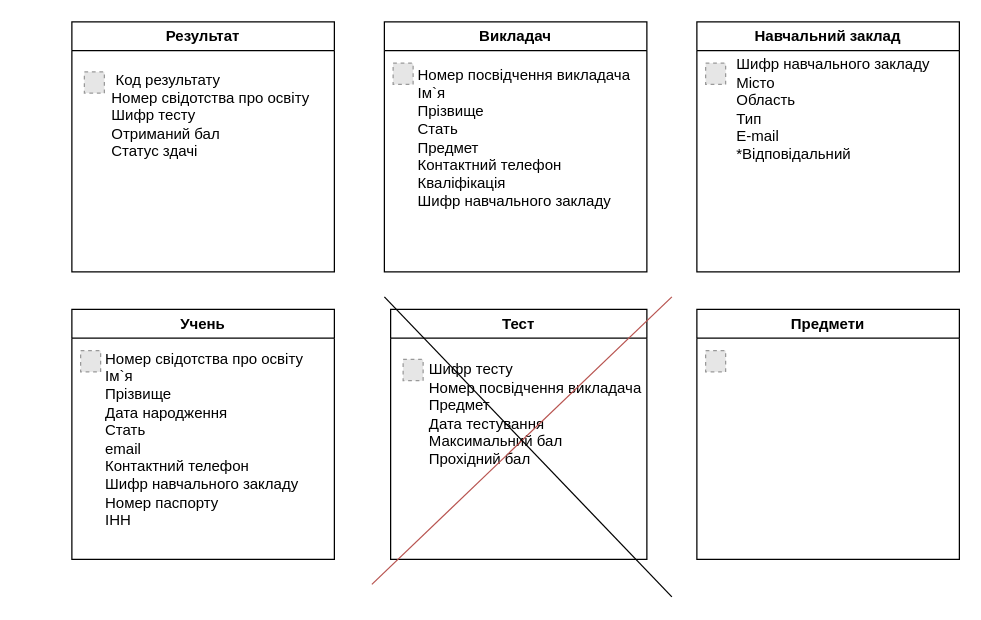
The draw.io diagram page "Інформаційні об`єкти" (1 of 2) of Database cheme.drawio in hucketa/CP, before the edit. Source tidied: cells renumbered, new cells numbered last; positions are measured from the earlier drawing's top-left corner, leaving out a move shared by most shapes. Both pictures are drawn from the tidied source at 125%, with x=0, y=0 at pixel (71, 21). Pictures stored in the file or linked from it are replaced by grey dashed boxes.
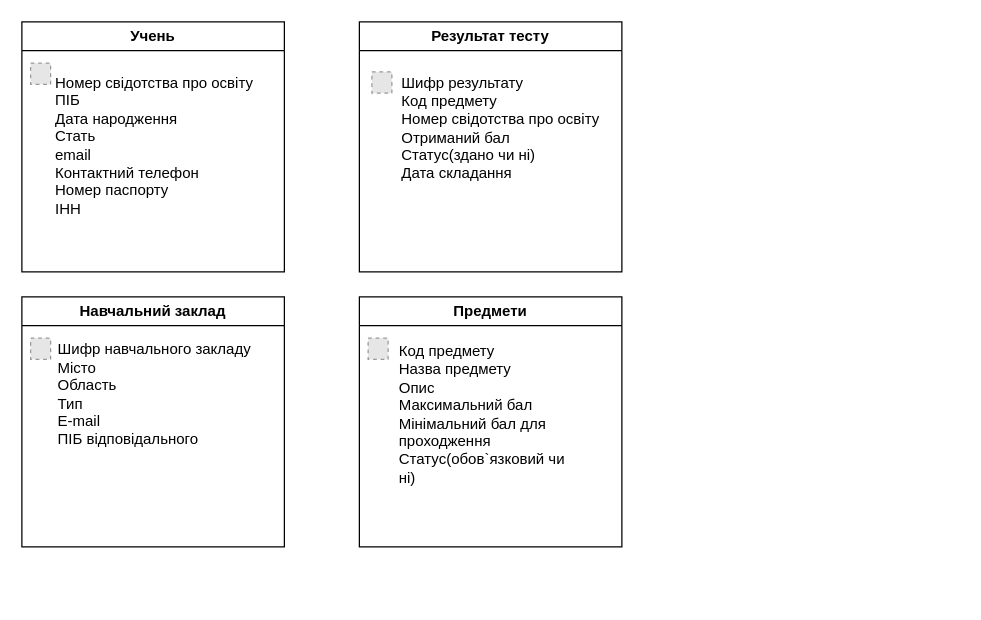
The same diagram, later.

The edit, as a diff of the source:
```diff
@@
     <mxCell id="2" value="Учень" style="swimlane;whiteSpace=wrap;html=1;" parent="1" vertex="1">
-      <mxGeometry y="230" width="210" height="200" as="geometry" />
+      <mxGeometry x="-40" width="210" height="200" as="geometry" />
     </mxCell>
-    <mxCell id="3" value="Номер свідотства про освіту&lt;div&gt;Ім`я&lt;/div&gt;&lt;div&gt;Прізвище&lt;/div&gt;&lt;div&gt;Дата народження&lt;/div&gt;&lt;div&gt;Стать&lt;/div&gt;&lt;div&gt;email&lt;/div&gt;&lt;div&gt;Контактний телефон&lt;/div&gt;&lt;div&gt;Шифр навчального закладу&lt;br&gt;&lt;/div&gt;&lt;div&gt;Номер паспорту&lt;/div&gt;&lt;div&gt;ІНН&lt;/div&gt;" style="text;html=1;align=left;verticalAlign=middle;strokeColor=none;fillColor=none;" parent="2" vertex="1">
-      <mxGeometry x="25" y="24" width="180" height="160" as="geometry" />
+    <mxCell id="3" value="Номер свідотства про освіту&lt;div&gt;ПІБ&lt;/div&gt;&lt;div&gt;Дата народження&lt;/div&gt;&lt;div&gt;Стать&lt;/div&gt;&lt;div&gt;email&lt;/div&gt;&lt;div&gt;Контактний телефон&lt;/div&gt;&lt;div&gt;&lt;span style=&quot;background-color: initial;&quot;&gt;Номер паспорту&lt;/span&gt;&lt;br&gt;&lt;/div&gt;&lt;div&gt;ІНН&lt;/div&gt;" style="text;html=1;align=left;verticalAlign=middle;strokeColor=none;fillColor=none;" parent="2" vertex="1">
+      <mxGeometry x="25" y="34" width="180" height="130" as="geometry" />
     </mxCell>
@@
-    <mxCell id="5" value="Тест" style="swimlane;whiteSpace=wrap;html=1;" parent="1" vertex="1">
-      <mxGeometry x="255" y="230" width="205" height="200" as="geometry" />
-    </mxCell>
-    <mxCell id="6" style="fillColor=#E6E6E6;strokeColor=#999999;dashed=1;verticalLabelPosition=bottom;labelBackgroundColor=default;verticalAlign=top;" parent="5" vertex="1">
-      <mxGeometry x="10" y="40" width="16" height="17" as="geometry" />
-    </mxCell>
-    <mxCell id="7" value="Шифр тесту&lt;div&gt;&lt;span style=&quot;text-wrap: nowrap;&quot;&gt;Номер посвідчення викладача&lt;/span&gt;&lt;/div&gt;&lt;div&gt;&lt;div&gt;Предмет&lt;/div&gt;&lt;div&gt;Дата тестування&lt;/div&gt;&lt;div&gt;Максимальний бал&lt;/div&gt;&lt;div&gt;Прохідний бал&lt;/div&gt;&lt;/div&gt;" style="text;html=1;align=left;verticalAlign=middle;whiteSpace=wrap;rounded=0;" parent="5" vertex="1">
-      <mxGeometry x="29" y="19" width="140" height="130" as="geometry" />
-    </mxCell>
-    <mxCell id="8" value="Результат" style="swimlane;whiteSpace=wrap;html=1;startSize=23;" parent="1" vertex="1">
-      <mxGeometry width="210" height="200" as="geometry" />
+    <mxCell id="8" value="Результат тесту" style="swimlane;whiteSpace=wrap;html=1;startSize=23;" parent="1" vertex="1">
+      <mxGeometry x="230" width="210" height="200" as="geometry" />
     </mxCell>
@@
-    <mxCell id="10" value="&amp;nbsp;Код результату&lt;div&gt;&lt;span style=&quot;text-wrap: nowrap;&quot;&gt;Номер свідотства про освіту&lt;/span&gt;&lt;br&gt;&lt;div&gt;Шифр тесту&lt;br&gt;&lt;/div&gt;&lt;div&gt;Отриманий бал&lt;/div&gt;&lt;div&gt;Статус здачі&lt;/div&gt;&lt;/div&gt;" style="text;html=1;align=left;verticalAlign=middle;whiteSpace=wrap;rounded=0;" parent="8" vertex="1">
-      <mxGeometry x="30" y="10" width="140" height="130" as="geometry" />
-    </mxCell>
-    <mxCell id="11" value="Викладач" style="swimlane;whiteSpace=wrap;html=1;startSize=23;" parent="1" vertex="1">
-      <mxGeometry x="250" width="210" height="200" as="geometry" />
-    </mxCell>
-    <mxCell id="12" value="Номер посвідчення викладача&lt;div&gt;Ім`я&lt;/div&gt;&lt;div&gt;Прізвище&lt;/div&gt;&lt;div&gt;Стать&lt;/div&gt;&lt;div&gt;Предмет&lt;/div&gt;&lt;div&gt;Контактний телефон&lt;/div&gt;&lt;div&gt;Кваліфікація&lt;/div&gt;&lt;div&gt;Шифр навчального закладу&lt;br&gt;&lt;/div&gt;" style="text;html=1;align=left;verticalAlign=middle;strokeColor=none;fillColor=none;" parent="11" vertex="1">
-      <mxGeometry x="25" y="28" width="190" height="130" as="geometry" />
-    </mxCell>
-    <mxCell id="13" style="fillColor=#E6E6E6;strokeColor=#999999;dashed=1;verticalLabelPosition=bottom;labelBackgroundColor=default;verticalAlign=top;" parent="11" vertex="1">
-      <mxGeometry x="7" y="33" width="16" height="17" as="geometry" />
-    </mxCell>
+    <mxCell id="21" value="&lt;div&gt;Шифр результату&lt;/div&gt;&lt;div&gt;Код предмету&lt;/div&gt;&lt;span style=&quot;text-wrap: nowrap;&quot;&gt;Номер свідотства про освіту&lt;/span&gt;&lt;div&gt;&lt;span style=&quot;background-color: initial;&quot;&gt;Отриманий бал&amp;nbsp;&lt;/span&gt;&lt;/div&gt;&lt;div&gt;Статус(здано чи ні)&lt;/div&gt;&lt;div&gt;Дата складання&lt;/div&gt;" style="text;html=1;align=left;verticalAlign=middle;whiteSpace=wrap;rounded=0;" parent="8" vertex="1">
+      <mxGeometry x="32" y="20" width="140" height="130" as="geometry" />
+    </mxCell>
     <mxCell id="14" value="Навчальний заклад" style="swimlane;whiteSpace=wrap;html=1;" parent="1" vertex="1">
-      <mxGeometry x="500" width="210" height="200" as="geometry" />
+      <mxGeometry x="-40" y="220" width="210" height="200" as="geometry" />
     </mxCell>
-    <mxCell id="15" value="&lt;div&gt;Шифр навчального закладу&lt;/div&gt;&lt;div&gt;Місто&lt;/div&gt;&lt;div&gt;Область&lt;/div&gt;&lt;div&gt;Тип&lt;/div&gt;&lt;div&gt;E-mail&lt;/div&gt;&lt;div&gt;*Відповідальний&lt;/div&gt;" style="text;html=1;align=left;verticalAlign=middle;strokeColor=none;fillColor=none;" parent="14" vertex="1">
-      <mxGeometry x="30" y="20" width="180" height="100" as="geometry" />
+    <mxCell id="15" value="&lt;div&gt;Шифр навчального закладу&lt;/div&gt;&lt;div&gt;Місто&lt;/div&gt;&lt;div&gt;Область&lt;/div&gt;&lt;div&gt;Тип&lt;/div&gt;&lt;div&gt;E-mail&lt;/div&gt;&lt;div&gt;ПІБ відповідального&lt;/div&gt;" style="text;html=1;align=left;verticalAlign=middle;strokeColor=none;fillColor=none;" parent="14" vertex="1">
+      <mxGeometry x="27" y="28" width="180" height="100" as="geometry" />
     </mxCell>
@@
-    <mxCell id="17" style="endArrow=none;html=1;rounded=0;fillColor=#f8cecc;strokeColor=#b85450;" parent="1" edge="1">
-      <mxGeometry relative="1" as="geometry">
-        <mxPoint x="240" y="450" as="sourcePoint" />
-        <mxPoint x="480" y="220" as="targetPoint" />
-      </mxGeometry>
-    </mxCell>
     <mxCell id="18" value="Предмети" style="swimlane;whiteSpace=wrap;html=1;" parent="1" vertex="1">
-      <mxGeometry x="500" y="230" width="210" height="200" as="geometry" />
+      <mxGeometry x="230" y="220" width="210" height="200" as="geometry" />
     </mxCell>
@@
-    <mxCell id="20" style="endArrow=none;html=1;rounded=0;" parent="1" edge="1">
-      <mxGeometry relative="1" as="geometry">
-        <mxPoint x="250" y="220" as="sourcePoint" />
-        <mxPoint x="480" y="460" as="targetPoint" />
-      </mxGeometry>
-    </mxCell>
+    <mxCell id="22" value="&lt;div&gt;Код предмету&lt;/div&gt;&lt;div&gt;&lt;span style=&quot;text-wrap: nowrap;&quot;&gt;Назва предмету&lt;/span&gt;&lt;/div&gt;&lt;div&gt;&lt;div&gt;&lt;span style=&quot;text-wrap: nowrap;&quot;&gt;Опис&lt;/span&gt;&lt;/div&gt;&lt;div&gt;&lt;span style=&quot;background-color: initial;&quot;&gt;Максимальний бал&lt;/span&gt;&lt;br&gt;&lt;/div&gt;&lt;div&gt;Мінімальний бал для проходження&lt;br&gt;&lt;/div&gt;&lt;/div&gt;&lt;div&gt;Статус(обов`язковий чи ні)&lt;/div&gt;" style="text;html=1;align=left;verticalAlign=middle;whiteSpace=wrap;rounded=0;" parent="18" vertex="1">
+      <mxGeometry x="30" y="29" width="140" height="130" as="geometry" />
+    </mxCell>
```
